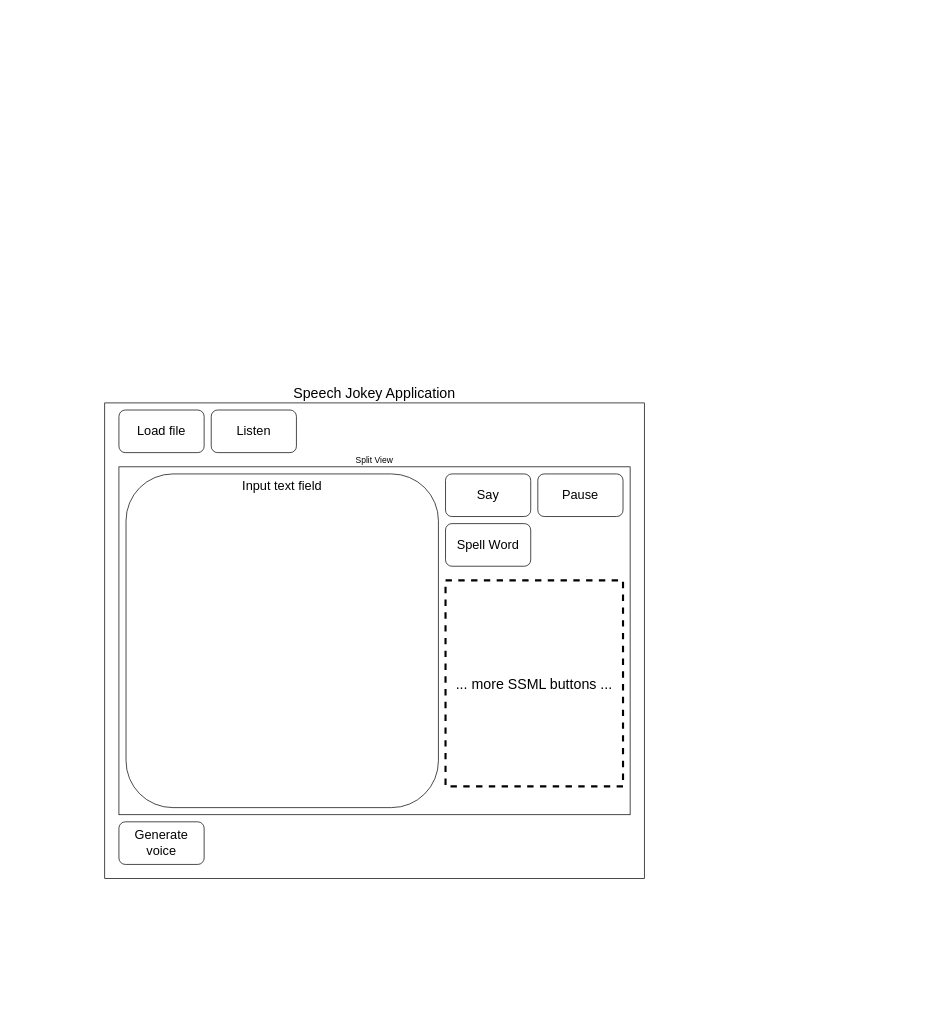
The draw.io diagram doc/diagrams/Untitled Diagram.drawio in HackXIt/assist-heidi-speech-jokey, before the edit. Source tidied: cells renumbered, new cells numbered last; positions are measured from the earlier drawing's top-left corner, leaving out a move shared by most shapes. Both pictures are drawn from the tidied source at 71%, with x=0, y=0 at pixel (104, 403).
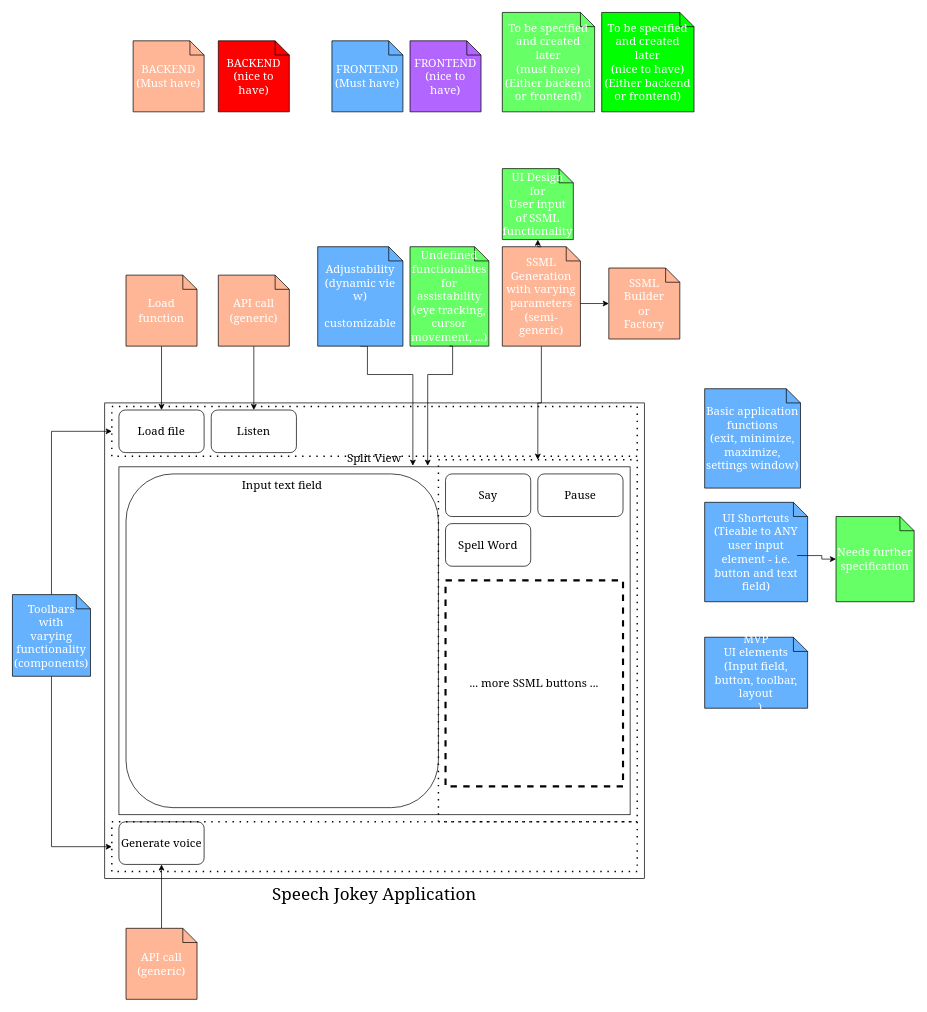
The same page after the edit.

Change to the diagram source:
```diff
@@
-    <mxCell id="2" value="Speech Jokey Application" style="rounded=0;whiteSpace=wrap;html=1;verticalAlign=bottom;labelPosition=center;verticalLabelPosition=top;align=center;fontSize=20;" parent="1" vertex="1">
+    <mxCell id="2" value="Speech Jokey Application" style="rounded=0;whiteSpace=wrap;html=1;verticalAlign=top;labelPosition=center;verticalLabelPosition=bottom;align=center;fontSize=24;fontFamily=Georgia;" parent="1" vertex="1">
       <mxGeometry width="760" height="670" as="geometry" />
     </mxCell>
-    <mxCell id="3" value="Split View" style="rounded=0;whiteSpace=wrap;html=1;labelPosition=center;verticalLabelPosition=top;align=center;verticalAlign=bottom;" parent="1" vertex="1">
+    <mxCell id="3" value="Split View" style="rounded=0;whiteSpace=wrap;html=1;labelPosition=center;verticalLabelPosition=top;align=center;verticalAlign=bottom;fontSize=16;fontFamily=Georgia;" parent="1" vertex="1">
       <mxGeometry x="20" y="90" width="720" height="490" as="geometry" />
     </mxCell>
-    <mxCell id="4" value="Input text field" style="rounded=1;whiteSpace=wrap;html=1;verticalAlign=top;fontSize=18;" parent="1" vertex="1">
+    <mxCell id="4" value="Input text field" style="rounded=1;whiteSpace=wrap;html=1;verticalAlign=top;fontSize=16;fontFamily=Georgia;" parent="1" vertex="1">
       <mxGeometry x="30" y="100" width="440" height="470" as="geometry" />
     </mxCell>
-    <mxCell id="5" value="Say" style="rounded=1;whiteSpace=wrap;html=1;fontSize=18;" parent="1" vertex="1">
+    <mxCell id="5" value="Say" style="rounded=1;whiteSpace=wrap;html=1;fontSize=16;fontFamily=Georgia;" parent="1" vertex="1">
       <mxGeometry x="480" y="100" width="120" height="60" as="geometry" />
     </mxCell>
-    <mxCell id="6" value="Pause" style="rounded=1;whiteSpace=wrap;html=1;fontSize=18;" parent="1" vertex="1">
+    <mxCell id="6" value="Pause" style="rounded=1;whiteSpace=wrap;html=1;fontSize=16;fontFamily=Georgia;" parent="1" vertex="1">
       <mxGeometry x="610" y="100" width="120" height="60" as="geometry" />
     </mxCell>
-    <mxCell id="7" value="Spell Word" style="rounded=1;whiteSpace=wrap;html=1;fontSize=18;" parent="1" vertex="1">
+    <mxCell id="7" value="Spell Word" style="rounded=1;whiteSpace=wrap;html=1;fontSize=16;fontFamily=Georgia;" parent="1" vertex="1">
       <mxGeometry x="480" y="170" width="120" height="60" as="geometry" />
     </mxCell>
-    <mxCell id="8" value="... more SSML buttons ..." style="text;html=1;strokeColor=default;fillColor=none;align=center;verticalAlign=middle;whiteSpace=wrap;rounded=0;fontSize=20;dashed=1;strokeWidth=3;" parent="1" vertex="1">
+    <mxCell id="8" value="... more SSML buttons ..." style="text;html=1;strokeColor=default;fillColor=none;align=center;verticalAlign=middle;whiteSpace=wrap;rounded=0;fontSize=16;dashed=1;strokeWidth=3;fontFamily=Georgia;" parent="1" vertex="1">
       <mxGeometry x="480" y="250" width="250" height="290" as="geometry" />
     </mxCell>
-    <mxCell id="9" value="Load file" style="rounded=1;whiteSpace=wrap;html=1;fontSize=18;" parent="1" vertex="1">
+    <mxCell id="9" value="Load file" style="rounded=1;whiteSpace=wrap;html=1;fontSize=16;fontFamily=Georgia;" parent="1" vertex="1">
       <mxGeometry x="20" y="10" width="120" height="60" as="geometry" />
     </mxCell>
-    <mxCell id="10" value="Generate voice" style="rounded=1;whiteSpace=wrap;html=1;fontSize=18;" parent="1" vertex="1">
+    <mxCell id="10" value="Generate voice" style="rounded=1;whiteSpace=wrap;html=1;fontSize=16;fontFamily=Georgia;" parent="1" vertex="1">
       <mxGeometry x="20" y="590" width="120" height="60" as="geometry" />
     </mxCell>
-    <mxCell id="11" value="Listen" style="rounded=1;whiteSpace=wrap;html=1;fontSize=18;" parent="1" vertex="1">
+    <mxCell id="11" value="Listen" style="rounded=1;whiteSpace=wrap;html=1;fontSize=16;fontFamily=Georgia;" parent="1" vertex="1">
       <mxGeometry x="150" y="10" width="120" height="60" as="geometry" />
     </mxCell>
+    <mxCell id="12" style="edgeStyle=orthogonalEdgeStyle;rounded=0;jettySize=auto;html=1;exitX=0.5;exitY=1;exitDx=0;exitDy=0;exitPerimeter=0;entryX=0.5;entryY=0;entryDx=0;entryDy=0;fontSize=16;fontFamily=Georgia;" parent="1" edge="1" source="13" target="9">
+      <mxGeometry relative="1" as="geometry" />
+    </mxCell>
+    <mxCell id="13" value="Load function" style="shape=note;size=20;whiteSpace=wrap;html=1;fillColor=#FFB696;fontColor=#FFFFFF;fontSize=16;fontFamily=Georgia;" parent="1" vertex="1">
+      <mxGeometry x="30" y="-180" width="100" height="100" as="geometry" />
+    </mxCell>
+    <mxCell id="14" style="edgeStyle=orthogonalEdgeStyle;rounded=0;jettySize=auto;html=1;exitX=0.5;exitY=1;exitDx=0;exitDy=0;exitPerimeter=0;entryX=0.5;entryY=0;entryDx=0;entryDy=0;fontSize=16;fontFamily=Georgia;" parent="1" edge="1" source="15" target="11">
+      <mxGeometry relative="1" as="geometry" />
+    </mxCell>
+    <mxCell id="15" value="API call&lt;br style=&quot;font-size: 16px;&quot;&gt;(generic)" style="shape=note;size=20;whiteSpace=wrap;html=1;fillColor=#FFB696;fontColor=#FFFFFF;fontSize=16;fontFamily=Georgia;" parent="1" vertex="1">
+      <mxGeometry x="160" y="-180" width="100" height="100" as="geometry" />
+    </mxCell>
+    <mxCell id="16" style="edgeStyle=orthogonalEdgeStyle;rounded=0;jettySize=auto;html=1;exitX=0.5;exitY=0;exitDx=0;exitDy=0;exitPerimeter=0;entryX=0.5;entryY=1;entryDx=0;entryDy=0;fontSize=16;fontFamily=Georgia;" parent="1" edge="1" source="17" target="10">
+      <mxGeometry relative="1" as="geometry" />
+    </mxCell>
+    <mxCell id="17" value="API call&lt;br style=&quot;font-size: 16px;&quot;&gt;(generic)" style="shape=note;size=20;whiteSpace=wrap;html=1;fillColor=#FFB696;fontColor=#FFFFFF;fontSize=16;fontFamily=Georgia;" parent="1" vertex="1">
+      <mxGeometry x="30" y="740" width="100" height="100" as="geometry" />
+    </mxCell>
+    <mxCell id="18" style="edgeStyle=orthogonalEdgeStyle;rounded=0;jettySize=auto;html=1;exitX=0.5;exitY=1;exitDx=0;exitDy=0;exitPerimeter=0;entryX=0.5;entryY=0;entryDx=0;entryDy=0;fontSize=16;fontFamily=Georgia;" parent="1" edge="1" source="19" target="20">
+      <mxGeometry relative="1" as="geometry" />
+    </mxCell>
+    <mxCell id="19" value="SSML&lt;br style=&quot;font-size: 16px;&quot;&gt;Generation&lt;br style=&quot;font-size: 16px;&quot;&gt;with varying&lt;br style=&quot;font-size: 16px;&quot;&gt;parameters&lt;br style=&quot;font-size: 16px;&quot;&gt;(semi-generic)" style="shape=note;size=20;whiteSpace=wrap;html=1;fillColor=#FFB696;fontColor=#FFFFFF;fontSize=16;fontFamily=Georgia;" parent="1" vertex="1">
+      <mxGeometry x="560" y="-220" width="110" height="140" as="geometry" />
+    </mxCell>
+    <mxCell id="20" style="rounded=0;whiteSpace=wrap;html=1;fillColor=none;dashed=1;strokeWidth=2;dashPattern=1 4;fontSize=16;fontFamily=Georgia;" parent="1" vertex="1">
+      <mxGeometry x="470" y="80" width="280" height="510" as="geometry" />
+    </mxCell>
+    <mxCell id="21" value="SSML&lt;br style=&quot;font-size: 16px;&quot;&gt;Builder&lt;br style=&quot;font-size: 16px;&quot;&gt;or&lt;br style=&quot;font-size: 16px;&quot;&gt;Factory" style="shape=note;size=20;whiteSpace=wrap;html=1;fillColor=#FFB696;fontColor=#FFFFFF;fontSize=16;fontFamily=Georgia;" parent="1" vertex="1">
+      <mxGeometry x="710" y="-190" width="100" height="100" as="geometry" />
+    </mxCell>
+    <mxCell id="22" style="edgeStyle=orthogonalEdgeStyle;rounded=0;jettySize=auto;html=1;exitX=0;exitY=0;exitDx=110;exitDy=80;exitPerimeter=0;entryX=0;entryY=0.5;entryDx=0;entryDy=0;entryPerimeter=0;fontSize=16;fontFamily=Georgia;" parent="1" edge="1" source="19" target="21">
+      <mxGeometry relative="1" as="geometry" />
+    </mxCell>
+    <mxCell id="23" style="edgeStyle=orthogonalEdgeStyle;rounded=0;jettySize=auto;html=1;exitX=0.5;exitY=1;exitDx=0;exitDy=0;exitPerimeter=0;entryX=0.575;entryY=-0.003;entryDx=0;entryDy=0;entryPerimeter=0;fontSize=16;fontFamily=Georgia;" parent="1" edge="1" source="24" target="3">
+      <mxGeometry relative="1" as="geometry">
+        <Array as="points">
+          <mxPoint x="370" y="-40" />
+          <mxPoint x="434" y="-40" />
+        </Array>
+      </mxGeometry>
+    </mxCell>
+    <mxCell id="24" value="Adjustability&lt;br style=&quot;font-size: 16px;&quot;&gt;(dynamic vie w)&lt;br style=&quot;font-size: 16px;&quot;&gt;&lt;br style=&quot;font-size: 16px;&quot;&gt;customizable" style="shape=note;size=20;whiteSpace=wrap;html=1;fillColor=#66B2FF;fontColor=#FFFFFF;fontSize=16;fontFamily=Georgia;" parent="1" vertex="1">
+      <mxGeometry x="300" y="-220" width="120" height="140" as="geometry" />
+    </mxCell>
+    <mxCell id="25" style="rounded=0;whiteSpace=wrap;html=1;fillColor=none;dashed=1;strokeWidth=2;dashPattern=1 4;fontSize=16;fontFamily=Georgia;" parent="1" vertex="1">
+      <mxGeometry x="10" y="5" width="740" height="70" as="geometry" />
+    </mxCell>
+    <mxCell id="26" style="rounded=0;whiteSpace=wrap;html=1;fillColor=none;dashed=1;strokeWidth=2;dashPattern=1 4;fontSize=16;fontFamily=Georgia;" parent="1" vertex="1">
+      <mxGeometry x="10" y="590" width="740" height="70" as="geometry" />
+    </mxCell>
+    <mxCell id="27" style="edgeStyle=orthogonalEdgeStyle;rounded=0;jettySize=auto;html=1;exitX=0.5;exitY=0;exitDx=0;exitDy=0;exitPerimeter=0;entryX=0;entryY=0.5;entryDx=0;entryDy=0;fontSize=16;fontFamily=Georgia;" parent="1" edge="1" source="29" target="25">
+      <mxGeometry relative="1" as="geometry" />
+    </mxCell>
+    <mxCell id="28" style="edgeStyle=orthogonalEdgeStyle;rounded=0;jettySize=auto;html=1;exitX=0.5;exitY=1;exitDx=0;exitDy=0;exitPerimeter=0;entryX=0;entryY=0.5;entryDx=0;entryDy=0;fontSize=16;fontFamily=Georgia;" parent="1" edge="1" source="29" target="26">
+      <mxGeometry relative="1" as="geometry" />
+    </mxCell>
+    <mxCell id="29" value="Toolbars&lt;br style=&quot;font-size: 16px;&quot;&gt;with&lt;br style=&quot;font-size: 16px;&quot;&gt;varying functionality&lt;br style=&quot;font-size: 16px;&quot;&gt;(components)" style="shape=note;size=20;whiteSpace=wrap;html=1;fillColor=#66B2FF;fontColor=#FFFFFF;fontSize=16;fontFamily=Georgia;" parent="1" vertex="1">
+      <mxGeometry x="-130" y="270" width="110" height="115" as="geometry" />
+    </mxCell>
+    <mxCell id="30" value="Undefined&lt;br style=&quot;font-size: 16px;&quot;&gt;functionalites&lt;br style=&quot;font-size: 16px;&quot;&gt;for&lt;br style=&quot;font-size: 16px;&quot;&gt;assistability&lt;br style=&quot;font-size: 16px;&quot;&gt;(eye tracking, cursor movement, ...)" style="shape=note;size=20;whiteSpace=wrap;html=1;fillColor=#66FF66;fontColor=#FFFFFF;fontSize=16;fontFamily=Georgia;" parent="1" vertex="1">
+      <mxGeometry x="430" y="-220" width="111" height="140" as="geometry" />
+    </mxCell>
+    <mxCell id="31" style="edgeStyle=orthogonalEdgeStyle;rounded=0;jettySize=auto;html=1;exitX=0.5;exitY=1;exitDx=0;exitDy=0;exitPerimeter=0;entryX=0.604;entryY=-0.003;entryDx=0;entryDy=0;entryPerimeter=0;fontSize=16;fontFamily=Georgia;" parent="1" edge="1" source="30" target="3">
+      <mxGeometry relative="1" as="geometry">
+        <Array as="points">
+          <mxPoint x="490" y="-40" />
+          <mxPoint x="455" y="-40" />
+        </Array>
+      </mxGeometry>
+    </mxCell>
+    <mxCell id="32" value="UI Design for&lt;br style=&quot;font-size: 16px;&quot;&gt;User input&lt;br style=&quot;font-size: 16px;&quot;&gt;of SSML functionality" style="shape=note;size=20;whiteSpace=wrap;html=1;fillColor=#66FF66;fontColor=#FFFFFF;fontSize=16;fontFamily=Georgia;" parent="1" vertex="1">
+      <mxGeometry x="560" y="-330" width="100" height="100" as="geometry" />
+    </mxCell>
+    <mxCell id="33" style="edgeStyle=orthogonalEdgeStyle;rounded=0;jettySize=auto;html=1;exitX=0.5;exitY=0;exitDx=0;exitDy=0;exitPerimeter=0;entryX=0.5;entryY=1;entryDx=0;entryDy=0;entryPerimeter=0;fontSize=16;fontFamily=Georgia;" parent="1" edge="1" source="19" target="32">
+      <mxGeometry relative="1" as="geometry" />
+    </mxCell>
+    <mxCell id="34" value="MVP&lt;br style=&quot;font-size: 16px;&quot;&gt;UI elements&lt;br style=&quot;font-size: 16px;&quot;&gt;(Input field, button, toolbar, layout&lt;br style=&quot;font-size: 16px;&quot;&gt;...)" style="shape=note;size=20;whiteSpace=wrap;html=1;fillColor=#66B2FF;fontColor=#FFFFFF;fontSize=16;fontFamily=Georgia;" parent="1" vertex="1">
+      <mxGeometry x="845" y="330" width="145" height="100" as="geometry" />
+    </mxCell>
+    <mxCell id="35" value="Basic application functions&lt;br style=&quot;font-size: 16px;&quot;&gt;(exit, minimize, maximize, settings window)" style="shape=note;size=20;whiteSpace=wrap;html=1;fillColor=#66B2FF;fontColor=#FFFFFF;fontSize=16;fontFamily=Georgia;" parent="1" vertex="1">
+      <mxGeometry x="845" y="-20" width="135" height="140" as="geometry" />
+    </mxCell>
+    <mxCell id="36" value="UI Shortcuts&lt;br style=&quot;font-size: 16px;&quot;&gt;(Tieable to ANY user input element - i.e. button and text field)" style="shape=note;size=20;whiteSpace=wrap;html=1;fillColor=#66B2FF;fontColor=#FFFFFF;fontSize=16;fontFamily=Georgia;" parent="1" vertex="1">
+      <mxGeometry x="845" y="140" width="145" height="140" as="geometry" />
+    </mxCell>
+    <mxCell id="37" value="Needs further specification" style="shape=note;size=20;whiteSpace=wrap;html=1;fillColor=#66FF66;fontColor=#FFFFFF;fontSize=16;fontFamily=Georgia;" parent="1" vertex="1">
+      <mxGeometry x="1030" y="160" width="110" height="120" as="geometry" />
+    </mxCell>
+    <mxCell id="38" style="edgeStyle=orthogonalEdgeStyle;rounded=0;jettySize=auto;html=1;exitX=0;exitY=0;exitDx=130;exitDy=75;exitPerimeter=0;entryX=0;entryY=0.5;entryDx=0;entryDy=0;entryPerimeter=0;fontSize=16;fontFamily=Georgia;" parent="1" edge="1" source="36" target="37">
+      <mxGeometry relative="1" as="geometry" />
+    </mxCell>
+    <mxCell id="39" value="BACKEND&lt;br style=&quot;font-size: 16px;&quot;&gt;(Must have)" style="shape=note;size=20;whiteSpace=wrap;html=1;fillColor=#FFB696;fontColor=#FFFFFF;fontSize=16;fontFamily=Georgia;" parent="1" vertex="1">
+      <mxGeometry x="40" y="-510" width="100" height="100" as="geometry" />
+    </mxCell>
+    <mxCell id="40" value="FRONTEND&lt;br style=&quot;font-size: 16px;&quot;&gt;(Must have)" style="shape=note;size=20;whiteSpace=wrap;html=1;fillColor=#66B2FF;fontColor=#FFFFFF;fontSize=16;fontFamily=Georgia;" parent="1" vertex="1">
+      <mxGeometry x="320" y="-510" width="100" height="100" as="geometry" />
+    </mxCell>
+    <mxCell id="41" value="To be specified and created later&lt;br style=&quot;font-size: 16px;&quot;&gt;(must have)&lt;br style=&quot;font-size: 16px;&quot;&gt;(Either backend or frontend)" style="shape=note;size=20;whiteSpace=wrap;html=1;fillColor=#66FF66;fontColor=#FFFFFF;fontSize=16;fontFamily=Georgia;" parent="1" vertex="1">
+      <mxGeometry x="560" y="-550" width="130" height="140" as="geometry" />
+    </mxCell>
+    <mxCell id="42" value="BACKEND&lt;br style=&quot;font-size: 16px;&quot;&gt;(nice to have)" style="shape=note;size=20;whiteSpace=wrap;html=1;fillColor=#FF0000;fontColor=#FFFFFF;fontSize=16;fontFamily=Georgia;" parent="1" vertex="1">
+      <mxGeometry x="160" y="-510" width="100" height="100" as="geometry" />
+    </mxCell>
+    <mxCell id="43" value="FRONTEND&lt;br style=&quot;font-size: 16px;&quot;&gt;(nice to have)" style="shape=note;size=20;whiteSpace=wrap;html=1;fillColor=#B266FF;fontColor=#FFFFFF;fontSize=16;fontFamily=Georgia;" parent="1" vertex="1">
+      <mxGeometry x="430" y="-510" width="100" height="100" as="geometry" />
+    </mxCell>
+    <mxCell id="44" value="To be specified and created later&lt;br style=&quot;font-size: 16px;&quot;&gt;(nice to have)&lt;br style=&quot;font-size: 16px;&quot;&gt;(Either backend or frontend)" style="shape=note;size=20;whiteSpace=wrap;html=1;fillColor=#00FF00;fontColor=#FFFFFF;fontSize=16;fontFamily=Georgia;" parent="1" vertex="1">
+      <mxGeometry x="700" y="-550" width="130" height="140" as="geometry" />
+    </mxCell>
```
